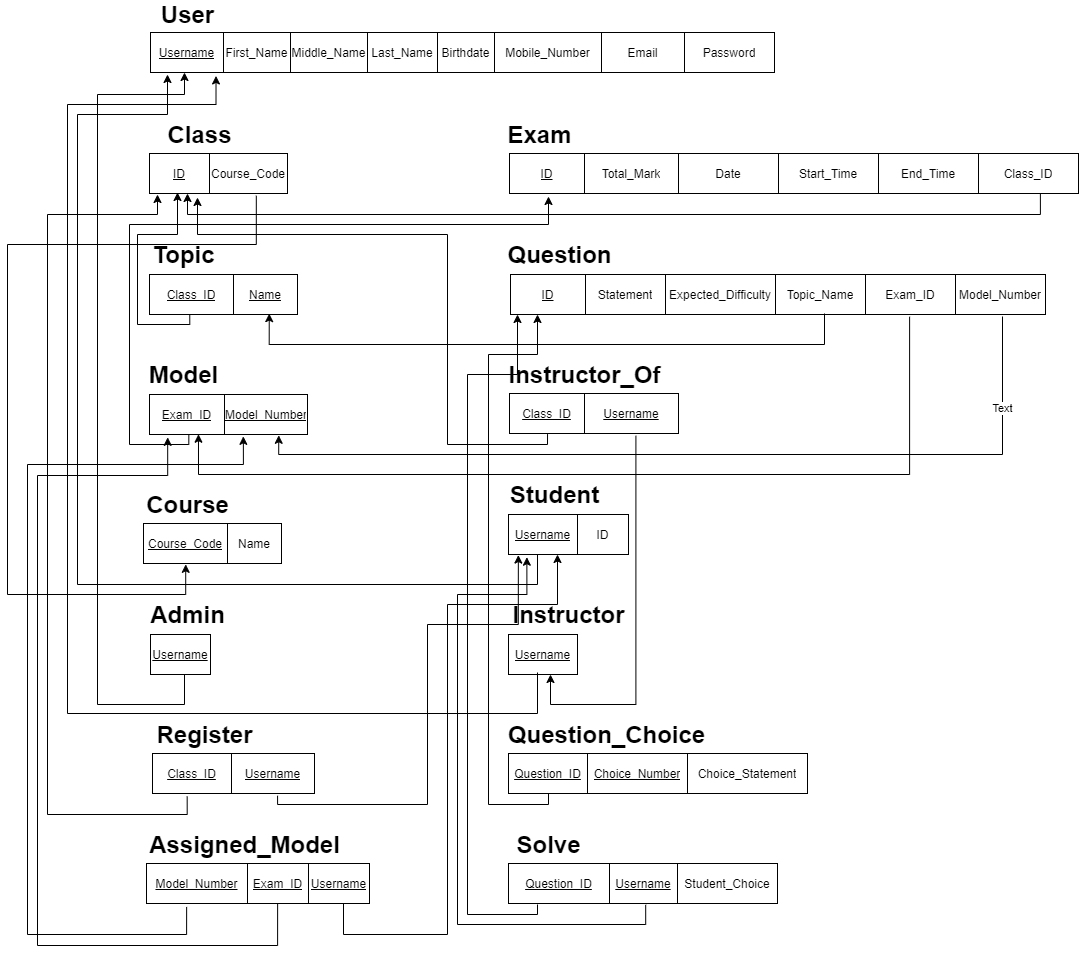
The draw.io diagram Database Design/schema.png in aymanred121/Examination-Management-System, before a commit. Source tidied: cells renumbered, new cells last; positions are measured from the earlier drawing's top-left corner, leaving out a move shared by most shapes.
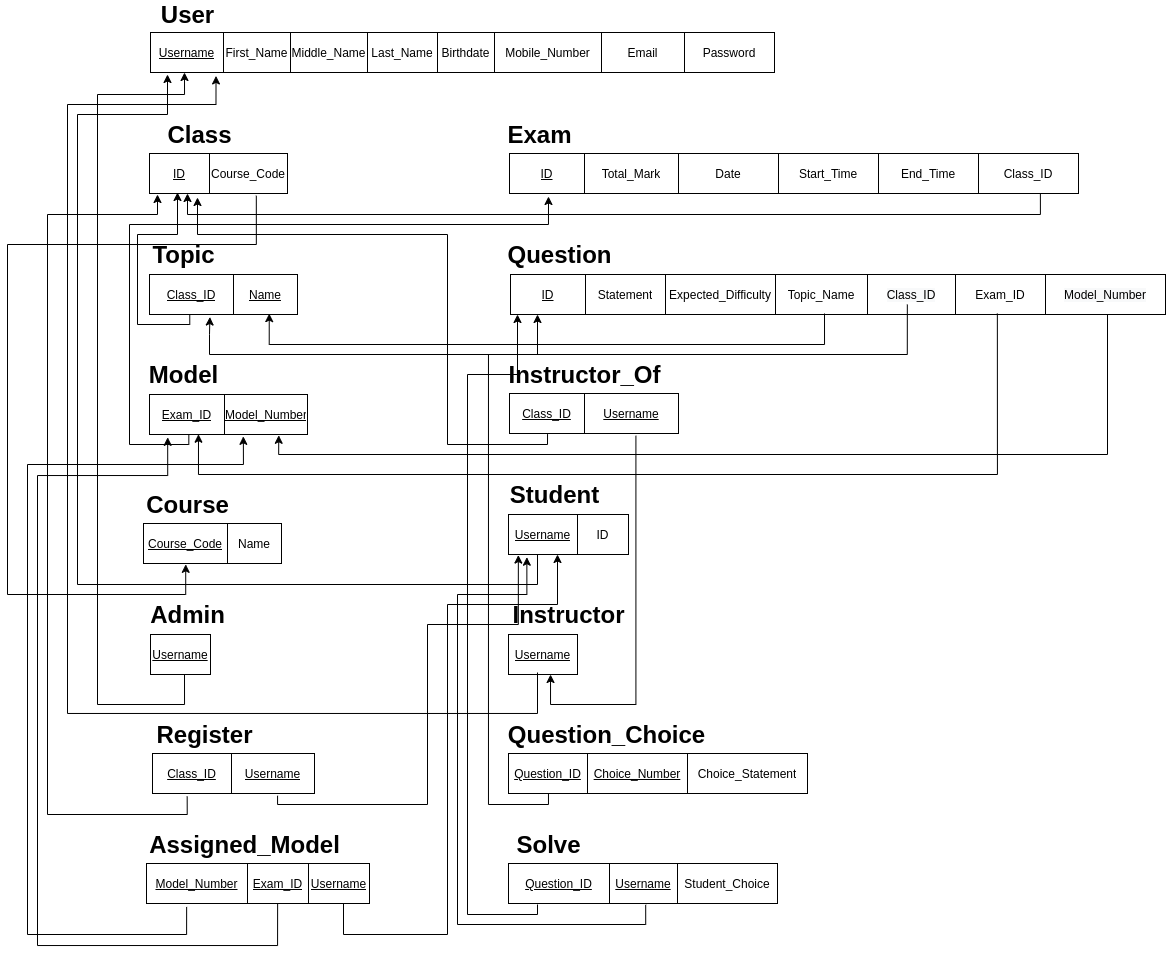
The same file after the commit.

Change to the diagram source:
```diff
@@ -51,12 +51,12 @@
       <mxGeometry x="155" width="110" height="40" as="geometry" />
     </mxCell>
     <mxCell id="18" value="Topic_Name" style="shape=partialRectangle;html=1;whiteSpace=wrap;overflow=hidden;fillColor=none;top=0;left=0;bottom=0;right=0;" parent="14" vertex="1">
-      <mxGeometry x="265" width="90" height="40" as="geometry" />
+      <mxGeometry x="265" width="92" height="40" as="geometry" />
     </mxCell>
-    <mxCell id="19" value="Exam_ID" style="shape=partialRectangle;html=1;whiteSpace=wrap;overflow=hidden;fillColor=none;top=0;left=0;bottom=0;right=0;" parent="14" vertex="1">
-      <mxGeometry x="355" width="90" height="40" as="geometry" />
+    <mxCell id="19" style="shape=partialRectangle;html=1;whiteSpace=wrap;overflow=hidden;fillColor=none;top=0;left=0;bottom=0;right=0;" parent="14" vertex="1">
+      <mxGeometry x="357" width="88" height="40" as="geometry" />
     </mxCell>
-    <mxCell id="20" value="Model_Number" style="shape=partialRectangle;html=1;whiteSpace=wrap;overflow=hidden;fillColor=none;top=0;left=0;bottom=0;right=0;" parent="14" vertex="1">
+    <mxCell id="20" value="Exam_ID" style="shape=partialRectangle;html=1;whiteSpace=wrap;overflow=hidden;fillColor=none;top=0;left=0;bottom=0;right=0;" parent="14" vertex="1">
       <mxGeometry x="445" width="90" height="40" as="geometry" />
     </mxCell>
     <mxCell id="21" value="&lt;font size=&quot;1&quot;&gt;&lt;b style=&quot;font-size: 24px&quot;&gt;Question&lt;/b&gt;&lt;/font&gt;" style="text;html=1;align=center;verticalAlign=middle;" parent="1" vertex="1">
@@ -461,25 +461,39 @@
         </Array>
       </mxGeometry>
     </mxCell>
-    <mxCell id="110" style="edgeStyle=orthogonalEdgeStyle;rounded=0;jettySize=auto;html=1;entryX=0.818;entryY=1.02;entryDx=0;entryDy=0;entryPerimeter=0;" parent="1" edge="1" target="28">
+    <mxCell id="110" style="edgeStyle=orthogonalEdgeStyle;rounded=0;jettySize=auto;html=1;entryX=0.818;entryY=1.02;entryDx=0;entryDy=0;entryPerimeter=0;exitX=0.5;exitY=1;exitDx=0;exitDy=0;" parent="1" edge="1" source="113" target="28">
       <mxGeometry relative="1" as="geometry">
-        <mxPoint x="995" y="312" as="sourcePoint" />
         <Array as="points">
-          <mxPoint x="995" y="450" />
+          <mxPoint x="1100" y="310" />
+          <mxPoint x="1100" y="450" />
           <mxPoint x="271" y="450" />
         </Array>
       </mxGeometry>
     </mxCell>
-    <mxCell id="111" value="Text" style="edgeLabel;html=1;align=center;verticalAlign=middle;" parent="110" vertex="1">
-      <mxGeometry x="-0.79" y="-1" relative="1" as="geometry" />
-    </mxCell>
-    <mxCell id="112" style="edgeStyle=orthogonalEdgeStyle;rounded=0;jettySize=auto;html=1;entryX=0.31;entryY=0.993;entryDx=0;entryDy=0;entryPerimeter=0;exitX=0.746;exitY=1.055;exitDx=0;exitDy=0;exitPerimeter=0;" parent="1" edge="1" source="14" target="28">
+    <mxCell id="112" style="edgeStyle=orthogonalEdgeStyle;rounded=0;jettySize=auto;html=1;entryX=0.31;entryY=0.993;entryDx=0;entryDy=0;entryPerimeter=0;exitX=0.91;exitY=0.975;exitDx=0;exitDy=0;exitPerimeter=0;" parent="1" edge="1" source="14" target="28">
       <mxGeometry relative="1" as="geometry">
         <Array as="points">
-          <mxPoint x="902" y="470" />
+          <mxPoint x="990" y="470" />
           <mxPoint x="191" y="470" />
         </Array>
       </mxGeometry>
     </mxCell>
+    <mxCell id="113" value="&lt;meta charset=&quot;utf-8&quot;&gt;&lt;span style=&quot;color: rgb(0, 0, 0); font-family: helvetica; font-size: 12px; font-style: normal; font-weight: 400; letter-spacing: normal; text-align: center; text-indent: 0px; text-transform: none; word-spacing: 0px; background-color: rgb(248, 249, 250); display: inline; float: none;&quot;&gt;Model_Number&lt;/span&gt;" style="rounded=0;whiteSpace=wrap;html=1;" parent="1" vertex="1">
+      <mxGeometry x="1038" y="270" width="120" height="40" as="geometry" />
+    </mxCell>
+    <mxCell id="114" value="&lt;span style=&quot;color: rgb(0 , 0 , 0) ; font-family: &amp;#34;helvetica&amp;#34; ; font-size: 12px ; font-style: normal ; font-weight: 400 ; letter-spacing: normal ; text-align: center ; text-indent: 0px ; text-transform: none ; word-spacing: 0px ; background-color: rgb(248 , 249 , 250)&quot;&gt;Class_ID&lt;/span&gt;" style="shape=partialRectangle;html=1;whiteSpace=wrap;overflow=hidden;fillColor=none;top=0;left=0;bottom=0;right=0;" parent="1" vertex="1">
+      <mxGeometry x="860" y="270" width="88" height="40" as="geometry" />
+    </mxCell>
+    <mxCell id="115" style="edgeStyle=orthogonalEdgeStyle;rounded=0;jettySize=auto;html=1;entryX=0.408;entryY=1.063;entryDx=0;entryDy=0;entryPerimeter=0;" parent="1" edge="1" target="53">
+      <mxGeometry relative="1" as="geometry">
+        <mxPoint x="899.8" y="300" as="sourcePoint" />
+        <Array as="points">
+          <mxPoint x="900" y="350" />
+          <mxPoint x="202" y="350" />
+          <mxPoint x="202" y="330" />
+          <mxPoint x="202" y="330" />
+        </Array>
+      </mxGeometry>
+    </mxCell>
   </root>
 </mxGraphModel>
```
